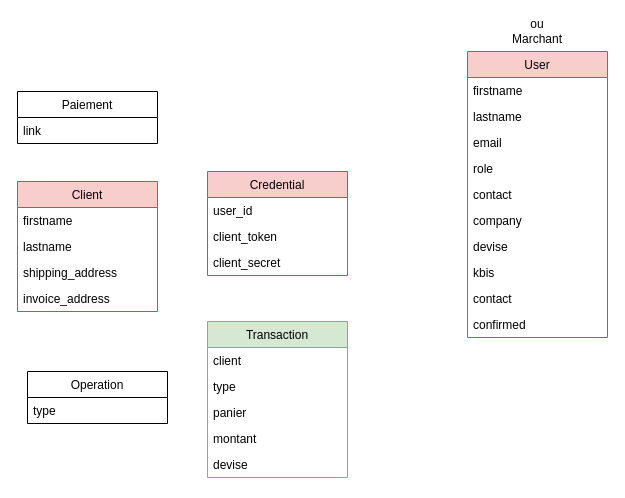
Nashar410/esgi-projet-mern keeps this draw.io diagram as bdd.drawio. Above is the earlier version. Source tidied: cells renumbered, new cells numbered last; positions are measured from the earlier drawing's top-left corner, leaving out a move shared by most shapes. Both pictures are drawn from the tidied source at 100%, with x=0, y=0 at pixel (17, 21).
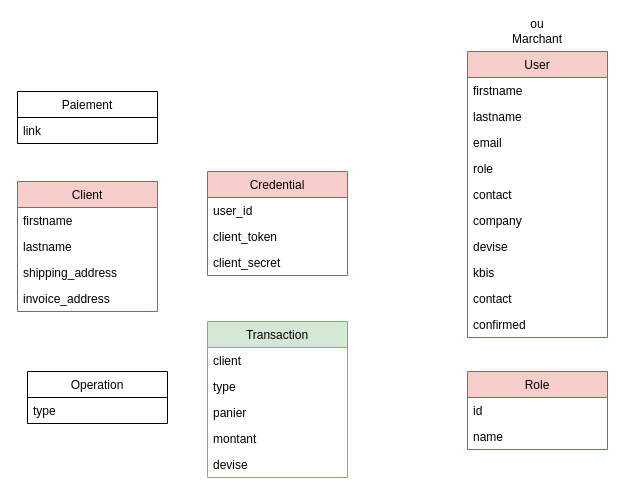
The same diagram, later.

What changed in the source:
```diff
@@
+    <mxCell id="33" value="Role" style="swimlane;fontStyle=0;horizontal=1;startSize=26;fillColor=#f8cecc;strokeColor=#b85450;" parent="1" vertex="1">
+      <mxGeometry x="450" y="350" width="140" height="78" as="geometry" />
+    </mxCell>
+    <mxCell id="34" value="id" style="text;strokeColor=none;fillColor=none;align=left;verticalAlign=top;spacingLeft=4;spacingRight=4;overflow=hidden;" parent="33" vertex="1">
+      <mxGeometry y="26" width="140" height="26" as="geometry" />
+    </mxCell>
+    <mxCell id="35" value="name" style="text;strokeColor=none;fillColor=none;align=left;verticalAlign=top;spacingLeft=4;spacingRight=4;overflow=hidden;" parent="33" vertex="1">
+      <mxGeometry y="52" width="140" height="26" as="geometry" />
+    </mxCell>
```
